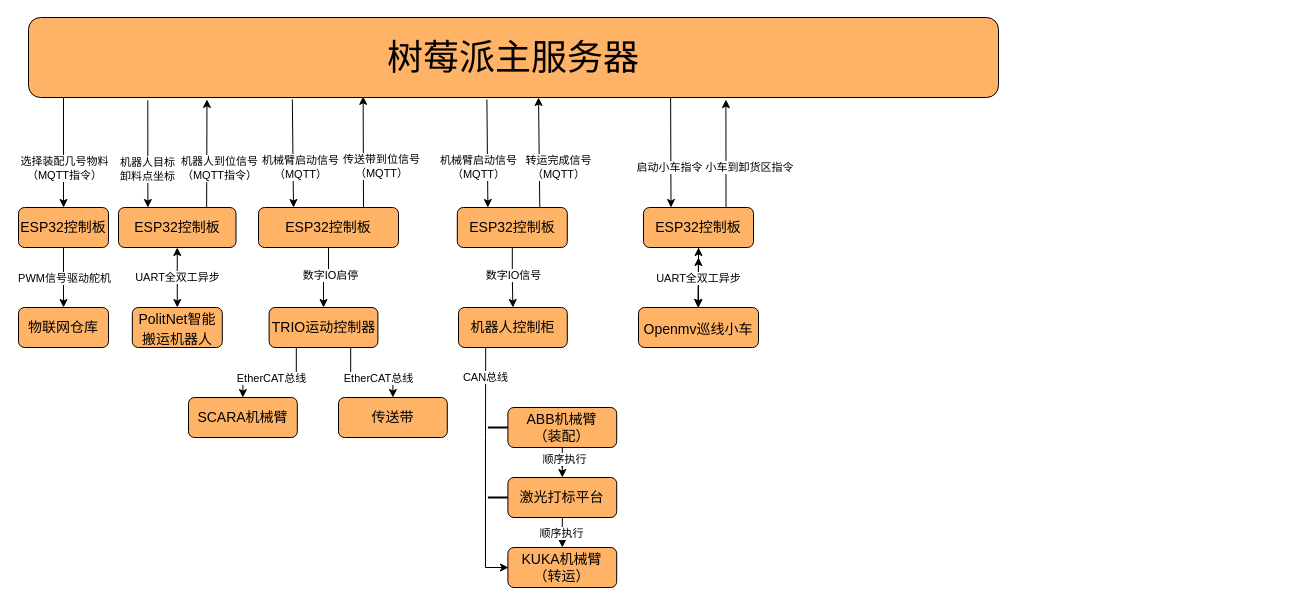
This is Intelligent production line.drawio from Li-Chaoran/hello-world, a draw.io file, before an edit. Source tidied: cells renumbered, new cells numbered last; positions are measured from the earlier drawing's top-left corner, leaving out a move shared by most shapes. Both pictures are drawn from the tidied source at 100%, with x=0, y=0 at pixel (18, 17).
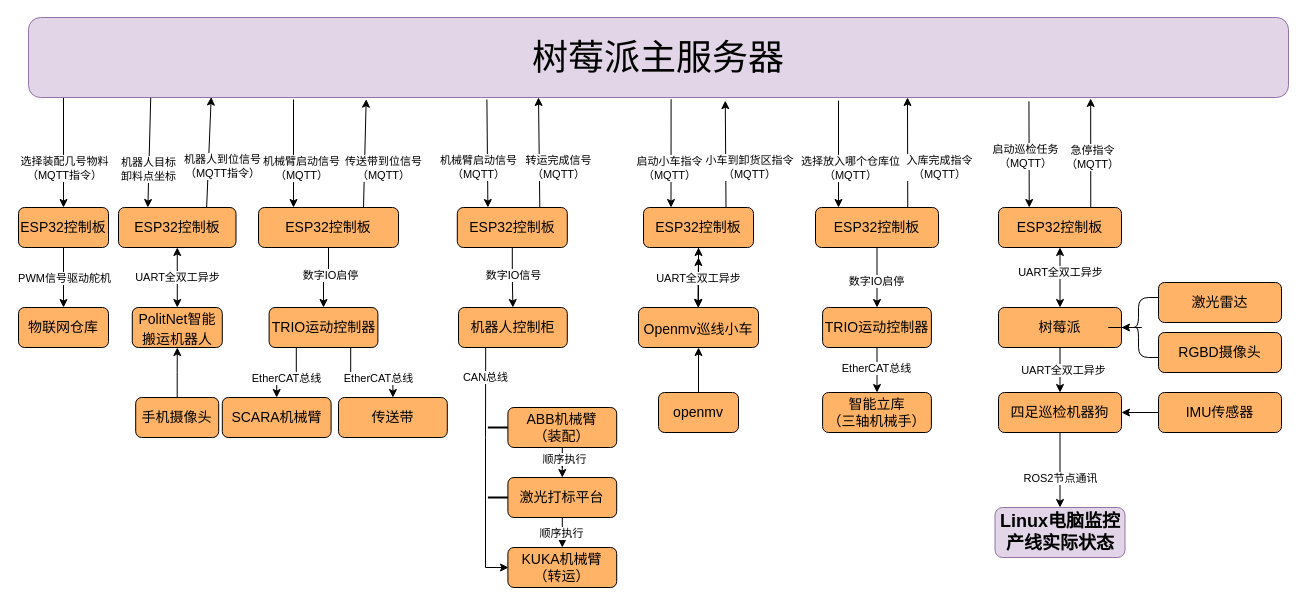
The same diagram, later.

Unchanged cells that the change refers to:
```xml
<mxCell id="10" value="&lt;p style=&quot;line-height: normal; margin-top: 0pt; margin-bottom: 0pt; margin-right: 0in; text-indent: 0in; unicode-bidi: embed; word-break: normal;&quot;&gt;&lt;font face=&quot;Helvetica&quot; style=&quot;font-size: 14px;&quot;&gt;PolitNet智能搬运机器人&lt;/font&gt;&lt;/p&gt;" style="rounded=1;whiteSpace=wrap;html=1;fillColor=light-dark(#FFB366,var(--ge-dark-color, #121212));align=center;" parent="1" vertex="1">
  <mxGeometry x="113.8" y="290" width="90" height="40" as="geometry" />
</mxCell>
<mxCell id="11" value="&lt;font style=&quot;font-size: 14px;&quot;&gt;ESP32控制板&lt;/font&gt;" style="rounded=1;whiteSpace=wrap;html=1;fillColor=light-dark(#FFB366,var(--ge-dark-color, #121212));" parent="1" vertex="1">
  <mxGeometry x="100" y="190" width="117.5" height="40" as="geometry" />
</mxCell>
<mxCell id="20" value="&lt;font style=&quot;font-size: 14px;&quot;&gt;ESP32控制板&lt;/font&gt;" style="rounded=1;whiteSpace=wrap;html=1;fillColor=light-dark(#FFB366,var(--ge-dark-color, #121212));" parent="1" vertex="1">
  <mxGeometry x="240" y="190" width="140" height="40" as="geometry" />
</mxCell>
<mxCell id="52" value="&lt;p style=&quot;line-height: normal; margin: 0pt 0in; text-indent: 0in; direction: ltr; unicode-bidi: embed; word-break: normal;&quot;&gt;&lt;font style=&quot;font-size: 14px;&quot; face=&quot;Helvetica&quot;&gt;Openmv巡线小车&lt;/font&gt;&lt;/p&gt;" style="rounded=1;whiteSpace=wrap;html=1;fillColor=light-dark(#FFB366,var(--ge-dark-color, #121212));align=center;" parent="1" vertex="1">
  <mxGeometry x="620" y="290" width="120" height="40" as="geometry" />
</mxCell>
<mxCell id="54" value="&lt;font style=&quot;font-size: 14px;&quot;&gt;ESP32控制板&lt;/font&gt;" style="rounded=1;whiteSpace=wrap;html=1;fillColor=light-dark(#FFB366,var(--ge-dark-color, #121212));" parent="1" vertex="1">
  <mxGeometry x="625" y="190" width="110" height="40" as="geometry" />
</mxCell>
```

Change to the diagram source:
```diff
@@
-    <mxCell id="4" value="&lt;font style=&quot;font-size: 36px;&quot;&gt;树莓派主服务器&lt;/font&gt;" style="rounded=1;whiteSpace=wrap;html=1;fillColor=light-dark(#FFB366,var(--ge-dark-color, #121212));" parent="1" vertex="1">
-      <mxGeometry x="10" width="970" height="80" as="geometry" />
+    <mxCell id="4" value="&lt;font style=&quot;font-size: 36px;&quot;&gt;树莓派主服务器&lt;/font&gt;" style="rounded=1;whiteSpace=wrap;html=1;fillColor=#e1d5e7;strokeColor=#9673a6;" parent="1" vertex="1">
+      <mxGeometry x="10" width="1260" height="80" as="geometry" />
     </mxCell>
@@
-    <mxCell id="14" style="endArrow=classic;html=1;rounded=0;entryX=0.184;entryY=1.024;entryDx=0;entryDy=0;exitX=0.75;exitY=0;exitDx=0;exitDy=0;entryPerimeter=0;" parent="1" edge="1" source="11" target="4">
+    <mxCell id="14" style="endArrow=classic;html=1;rounded=0;entryX=0.145;entryY=0.994;entryDx=0;entryDy=0;exitX=0.75;exitY=0;exitDx=0;exitDy=0;entryPerimeter=0;" parent="1" edge="1" source="11" target="4">
       <mxGeometry relative="1" as="geometry" />
     </mxCell>
@@
-    <mxCell id="16" style="endArrow=classic;html=1;rounded=0;exitX=0.123;exitY=1.036;exitDx=0;exitDy=0;exitPerimeter=0;entryX=0.25;entryY=0;entryDx=0;entryDy=0;" parent="1" edge="1" source="4" target="11">
+    <mxCell id="16" style="endArrow=classic;html=1;rounded=0;exitX=0.097;exitY=1.003;exitDx=0;exitDy=0;exitPerimeter=0;entryX=0.25;entryY=0;entryDx=0;entryDy=0;" parent="1" edge="1" source="4" target="11">
       <mxGeometry relative="1" as="geometry" />
     </mxCell>
@@
-    <mxCell id="26" style="endArrow=classic;html=1;rounded=0;exitX=0.272;exitY=1.024;exitDx=0;exitDy=0;exitPerimeter=0;entryX=0.25;entryY=0;entryDx=0;entryDy=0;" parent="1" edge="1" source="4" target="20">
-      <mxGeometry relative="1" as="geometry" />
+    <mxCell id="26" style="endArrow=classic;html=1;rounded=0;entryX=0.25;entryY=0;entryDx=0;entryDy=0;" parent="1" edge="1" target="20">
+      <mxGeometry relative="1" as="geometry">
+        <mxPoint x="275" y="82" as="sourcePoint" />
+      </mxGeometry>
     </mxCell>
@@
     <mxCell id="28" value="&lt;font style=&quot;font-size: 14px;&quot;&gt;SCARA机械臂&lt;/font&gt;" style="rounded=1;whiteSpace=wrap;html=1;fillColor=light-dark(#FFB366,var(--ge-dark-color, #121212));" parent="1" vertex="1">
-      <mxGeometry x="170" y="380" width="108.8" height="40" as="geometry" />
+      <mxGeometry x="203.8" y="380" width="108.8" height="40" as="geometry" />
     </mxCell>
-    <mxCell id="29" style="endArrow=classic;html=1;rounded=0;exitX=0.75;exitY=0;exitDx=0;exitDy=0;entryX=0.345;entryY=0.986;entryDx=0;entryDy=0;entryPerimeter=0;" parent="1" edge="1" source="20" target="4">
+    <mxCell id="29" style="endArrow=classic;html=1;rounded=0;exitX=0.75;exitY=0;exitDx=0;exitDy=0;entryX=0.268;entryY=1.021;entryDx=0;entryDy=0;entryPerimeter=0;" parent="1" edge="1" source="20" target="4">
       <mxGeometry relative="1" as="geometry" />
     </mxCell>
@@
-    <mxCell id="57" style="endArrow=classic;html=1;rounded=0;entryX=0.25;entryY=0;entryDx=0;entryDy=0;exitX=0.662;exitY=0.996;exitDx=0;exitDy=0;exitPerimeter=0;" parent="1" edge="1" source="4" target="54">
+    <mxCell id="57" style="endArrow=classic;html=1;rounded=0;entryX=0.25;entryY=0;entryDx=0;entryDy=0;exitX=0.51;exitY=1.021;exitDx=0;exitDy=0;exitPerimeter=0;" parent="1" edge="1" source="4" target="54">
       <mxGeometry relative="1" as="geometry" />
     </mxCell>
-    <mxCell id="58" value="启动小车指令" style="edgeLabel;html=1;align=center;verticalAlign=middle;" parent="57" vertex="1">
+    <mxCell id="58" value="启动小车指令&lt;div&gt;（MQTT）&lt;/div&gt;" style="edgeLabel;html=1;align=center;verticalAlign=middle;" parent="57" vertex="1">
       <mxGeometry x="0.07" y="-2" relative="1" as="geometry">
         <mxPoint y="11" as="offset" />
       </mxGeometry>
     </mxCell>
-    <mxCell id="59" style="endArrow=classic;html=1;rounded=0;exitX=0.75;exitY=0;exitDx=0;exitDy=0;entryX=0.719;entryY=1.026;entryDx=0;entryDy=0;entryPerimeter=0;" parent="1" edge="1" source="54" target="4">
+    <mxCell id="59" style="endArrow=classic;html=1;rounded=0;exitX=0.75;exitY=0;exitDx=0;exitDy=0;entryX=0.553;entryY=1.039;entryDx=0;entryDy=0;entryPerimeter=0;" parent="1" edge="1" source="54" target="4">
       <mxGeometry relative="1" as="geometry" />
     </mxCell>
-    <mxCell id="60" value="小车到卸货区指令" style="edgeLabel;html=1;align=center;verticalAlign=middle;" parent="59" vertex="1">
+    <mxCell id="60" value="小车到卸货区指令&lt;div&gt;（MQTT）&lt;/div&gt;" style="edgeLabel;html=1;align=center;verticalAlign=middle;" parent="59" vertex="1">
       <mxGeometry x="-0.25" y="-2" relative="1" as="geometry">
         <mxPoint x="21" as="offset" />
       </mxGeometry>
     </mxCell>
+    <mxCell id="61" style="edgeStyle=orthogonalEdgeStyle;rounded=0;jettySize=auto;html=1;" parent="1" edge="1" source="63" target="66">
+      <mxGeometry relative="1" as="geometry" />
+    </mxCell>
+    <mxCell id="62" value="数字IO启停" style="edgeLabel;html=1;align=center;verticalAlign=middle;" parent="61" vertex="1">
+      <mxGeometry x="0.09" y="-1" relative="1" as="geometry" />
+    </mxCell>
+    <mxCell id="63" value="&lt;font style=&quot;font-size: 14px;&quot;&gt;ESP32控制板&lt;/font&gt;" style="rounded=1;whiteSpace=wrap;html=1;fillColor=light-dark(#FFB366,var(--ge-dark-color, #121212));" parent="1" vertex="1">
+      <mxGeometry x="797" y="190" width="123" height="40" as="geometry" />
+    </mxCell>
+    <mxCell id="64" style="edgeStyle=orthogonalEdgeStyle;rounded=0;jettySize=auto;html=1;" parent="1" edge="1" source="66" target="67">
+      <mxGeometry relative="1" as="geometry" />
+    </mxCell>
+    <mxCell id="65" value="EtherCAT总线" style="edgeLabel;html=1;align=center;verticalAlign=middle;" parent="64" vertex="1">
+      <mxGeometry x="-0.13" y="4" relative="1" as="geometry">
+        <mxPoint x="-5" as="offset" />
+      </mxGeometry>
+    </mxCell>
+    <mxCell id="66" value="&lt;font style=&quot;font-size: 14px;&quot;&gt;TRIO运动控制器&lt;/font&gt;" style="rounded=1;whiteSpace=wrap;html=1;fillColor=light-dark(#FFB366,var(--ge-dark-color, #121212));" parent="1" vertex="1">
+      <mxGeometry x="804.1" y="290" width="108.8" height="40" as="geometry" />
+    </mxCell>
+    <mxCell id="67" value="&lt;span style=&quot;font-size: 14px;&quot;&gt;智能立库&lt;/span&gt;&lt;div&gt;&lt;span style=&quot;font-size: 14px;&quot;&gt;（三轴机械手）&lt;/span&gt;&lt;/div&gt;" style="rounded=1;whiteSpace=wrap;html=1;fillColor=light-dark(#FFB366,var(--ge-dark-color, #121212));" parent="1" vertex="1">
+      <mxGeometry x="804.1" y="375" width="108.8" height="40" as="geometry" />
+    </mxCell>
+    <mxCell id="68" style="endArrow=classic;html=1;rounded=0;entryX=0.25;entryY=0;entryDx=0;entryDy=0;" parent="1" edge="1">
+      <mxGeometry relative="1" as="geometry">
+        <mxPoint x="820" y="83" as="sourcePoint" />
+        <mxPoint x="820" y="190" as="targetPoint" />
+      </mxGeometry>
+    </mxCell>
+    <mxCell id="69" value="选择放入哪个仓库位&lt;br&gt;&lt;div&gt;（MQTT）&lt;/div&gt;" style="edgeLabel;html=1;align=center;verticalAlign=middle;" parent="68" vertex="1">
+      <mxGeometry x="0.01" relative="1" as="geometry">
+        <mxPoint x="11" y="13" as="offset" />
+      </mxGeometry>
+    </mxCell>
+    <mxCell id="70" style="endArrow=classic;html=1;rounded=0;exitX=0.75;exitY=0;exitDx=0;exitDy=0;" parent="1" edge="1" source="63">
+      <mxGeometry relative="1" as="geometry">
+        <mxPoint x="889" y="80" as="targetPoint" />
+      </mxGeometry>
+    </mxCell>
+    <mxCell id="71" value="入库完成指令&lt;div&gt;（MQTT）&lt;/div&gt;" style="edgeLabel;html=1;align=center;verticalAlign=middle;" parent="70" vertex="1">
+      <mxGeometry x="-0.06" y="-2" relative="1" as="geometry">
+        <mxPoint x="29" y="12" as="offset" />
+      </mxGeometry>
+    </mxCell>
+    <mxCell id="72" value="&lt;font style=&quot;font-size: 14px;&quot;&gt;ESP32控制板&lt;/font&gt;" style="rounded=1;whiteSpace=wrap;html=1;fillColor=light-dark(#FFB366,var(--ge-dark-color, #121212));" parent="1" vertex="1">
+      <mxGeometry x="980" y="190" width="123" height="40" as="geometry" />
+    </mxCell>
+    <mxCell id="73" style="edgeStyle=orthogonalEdgeStyle;rounded=0;jettySize=auto;html=1;" parent="1" edge="1" source="75" target="78">
+      <mxGeometry relative="1" as="geometry" />
+    </mxCell>
+    <mxCell id="74" value="UART全双工异步" style="edgeLabel;html=1;align=center;verticalAlign=middle;" parent="73" vertex="1">
+      <mxGeometry x="-0.03" y="3" relative="1" as="geometry" />
+    </mxCell>
+    <mxCell id="75" value="&lt;font style=&quot;font-size: 14px;&quot;&gt;树莓派&lt;/font&gt;" style="rounded=1;whiteSpace=wrap;html=1;fillColor=light-dark(#FFB366,var(--ge-dark-color, #121212));" parent="1" vertex="1">
+      <mxGeometry x="980" y="290" width="123" height="40" as="geometry" />
+    </mxCell>
+    <mxCell id="76" style="edgeStyle=orthogonalEdgeStyle;rounded=0;jettySize=auto;html=1;" parent="1" edge="1" source="78" target="91">
+      <mxGeometry relative="1" as="geometry" />
+    </mxCell>
+    <mxCell id="77" value="ROS2节点通讯" style="edgeLabel;html=1;align=center;verticalAlign=middle;" parent="76" vertex="1">
+      <mxGeometry x="0.03" y="-2" relative="1" as="geometry">
+        <mxPoint x="2" y="6" as="offset" />
+      </mxGeometry>
+    </mxCell>
+    <mxCell id="78" value="&lt;font style=&quot;font-size: 14px;&quot;&gt;四足巡检机器狗&lt;/font&gt;" style="rounded=1;whiteSpace=wrap;html=1;fillColor=light-dark(#FFB366,var(--ge-dark-color, #121212));" parent="1" vertex="1">
+      <mxGeometry x="980" y="375" width="123" height="40" as="geometry" />
+    </mxCell>
+    <mxCell id="79" value="&lt;font style=&quot;font-size: 14px;&quot;&gt;激光雷达&lt;/font&gt;" style="rounded=1;whiteSpace=wrap;html=1;fillColor=light-dark(#FFB366,var(--ge-dark-color, #121212));" parent="1" vertex="1">
+      <mxGeometry x="1140" y="265" width="123" height="40" as="geometry" />
+    </mxCell>
+    <mxCell id="80" style="edgeStyle=orthogonalEdgeStyle;rounded=0;jettySize=auto;html=1;" parent="1" edge="1" source="81" target="52">
+      <mxGeometry relative="1" as="geometry" />
+    </mxCell>
+    <mxCell id="81" value="&lt;font style=&quot;font-size: 14px;&quot;&gt;openmv&lt;/font&gt;" style="rounded=1;whiteSpace=wrap;html=1;fillColor=light-dark(#FFB366,var(--ge-dark-color, #121212));" parent="1" vertex="1">
+      <mxGeometry x="640" y="375" width="80" height="40" as="geometry" />
+    </mxCell>
+    <mxCell id="82" style="edgeStyle=orthogonalEdgeStyle;rounded=0;jettySize=auto;html=1;" parent="1" edge="1" source="83" target="10">
+      <mxGeometry relative="1" as="geometry" />
+    </mxCell>
+    <mxCell id="83" value="&lt;font style=&quot;font-size: 14px;&quot;&gt;手机摄像头&lt;/font&gt;" style="rounded=1;whiteSpace=wrap;html=1;fillColor=light-dark(#FFB366,var(--ge-dark-color, #121212));" parent="1" vertex="1">
+      <mxGeometry x="117.2" y="380" width="83" height="40" as="geometry" />
+    </mxCell>
+    <mxCell id="84" value="&lt;font style=&quot;font-size: 14px;&quot;&gt;RGBD摄像头&lt;/font&gt;" style="rounded=1;whiteSpace=wrap;html=1;fillColor=light-dark(#FFB366,var(--ge-dark-color, #121212));" parent="1" vertex="1">
+      <mxGeometry x="1140" y="315" width="123" height="40" as="geometry" />
+    </mxCell>
+    <mxCell id="85" style="edgeStyle=orthogonalEdgeStyle;rounded=0;jettySize=auto;html=1;" parent="1" edge="1" source="86" target="78">
+      <mxGeometry relative="1" as="geometry" />
+    </mxCell>
+    <mxCell id="86" value="&lt;font style=&quot;font-size: 14px;&quot;&gt;IMU传感器&lt;/font&gt;" style="rounded=1;whiteSpace=wrap;html=1;fillColor=light-dark(#FFB366,var(--ge-dark-color, #121212));" parent="1" vertex="1">
+      <mxGeometry x="1140" y="375" width="123" height="40" as="geometry" />
+    </mxCell>
+    <mxCell id="87" style="endArrow=classic;html=1;rounded=0;entryX=0.25;entryY=0;entryDx=0;entryDy=0;exitX=0.794;exitY=1.047;exitDx=0;exitDy=0;exitPerimeter=0;" parent="1" edge="1" source="4" target="72">
+      <mxGeometry relative="1" as="geometry" />
+    </mxCell>
+    <mxCell id="88" value="启动巡检任务&lt;div&gt;（MQTT）&lt;/div&gt;" style="edgeLabel;html=1;align=center;verticalAlign=middle;" parent="87" vertex="1">
+      <mxGeometry x="0.03" y="-4" relative="1" as="geometry" />
+    </mxCell>
+    <mxCell id="89" style="endArrow=classic;html=1;rounded=0;exitX=0.75;exitY=0;exitDx=0;exitDy=0;entryX=0.843;entryY=1.012;entryDx=0;entryDy=0;entryPerimeter=0;" parent="1" edge="1" source="72" target="4">
+      <mxGeometry relative="1" as="geometry" />
+    </mxCell>
+    <mxCell id="90" value="急停指令&lt;div&gt;（MQTT）&lt;/div&gt;" style="edgeLabel;html=1;align=center;verticalAlign=middle;" parent="89" vertex="1">
+      <mxGeometry x="0.01" y="-1" relative="1" as="geometry">
+        <mxPoint y="5" as="offset" />
+      </mxGeometry>
+    </mxCell>
+    <mxCell id="91" value="&lt;font style=&quot;font-size: 18px;&quot;&gt;&lt;b&gt;Linux电脑监控产线实际状态&lt;/b&gt;&lt;/font&gt;" style="rounded=1;whiteSpace=wrap;html=1;fillColor=#e1d5e7;strokeColor=#9673a6;" parent="1" vertex="1">
+      <mxGeometry x="976.5" y="490" width="130" height="50" as="geometry" />
+    </mxCell>
+    <mxCell id="92" style="endArrow=classic;startArrow=classic;html=1;rounded=0;exitX=0.5;exitY=0;exitDx=0;exitDy=0;entryX=0.5;entryY=1;entryDx=0;entryDy=0;" parent="1" edge="1" source="75" target="72">
+      <mxGeometry relative="1" as="geometry" />
+    </mxCell>
+    <mxCell id="93" value="UART全双工异步" style="edgeLabel;html=1;align=center;verticalAlign=middle;" parent="92" vertex="1">
+      <mxGeometry x="0.16" relative="1" as="geometry">
+        <mxPoint y="-1" as="offset" />
+      </mxGeometry>
+    </mxCell>
+    <mxCell id="94" style="edgeStyle=orthogonalEdgeStyle;rounded=0;jettySize=auto;html=1;" parent="1" edge="1" source="95" target="75">
+      <mxGeometry relative="1" as="geometry" />
+    </mxCell>
+    <mxCell id="95" style="shape=curlyBracket;whiteSpace=wrap;html=1;rounded=1;labelPosition=left;verticalLabelPosition=middle;align=right;verticalAlign=middle;size=0.3333333333333333;" parent="1" vertex="1">
+      <mxGeometry x="1110" y="280" width="30" height="60" as="geometry" />
+    </mxCell>
```
